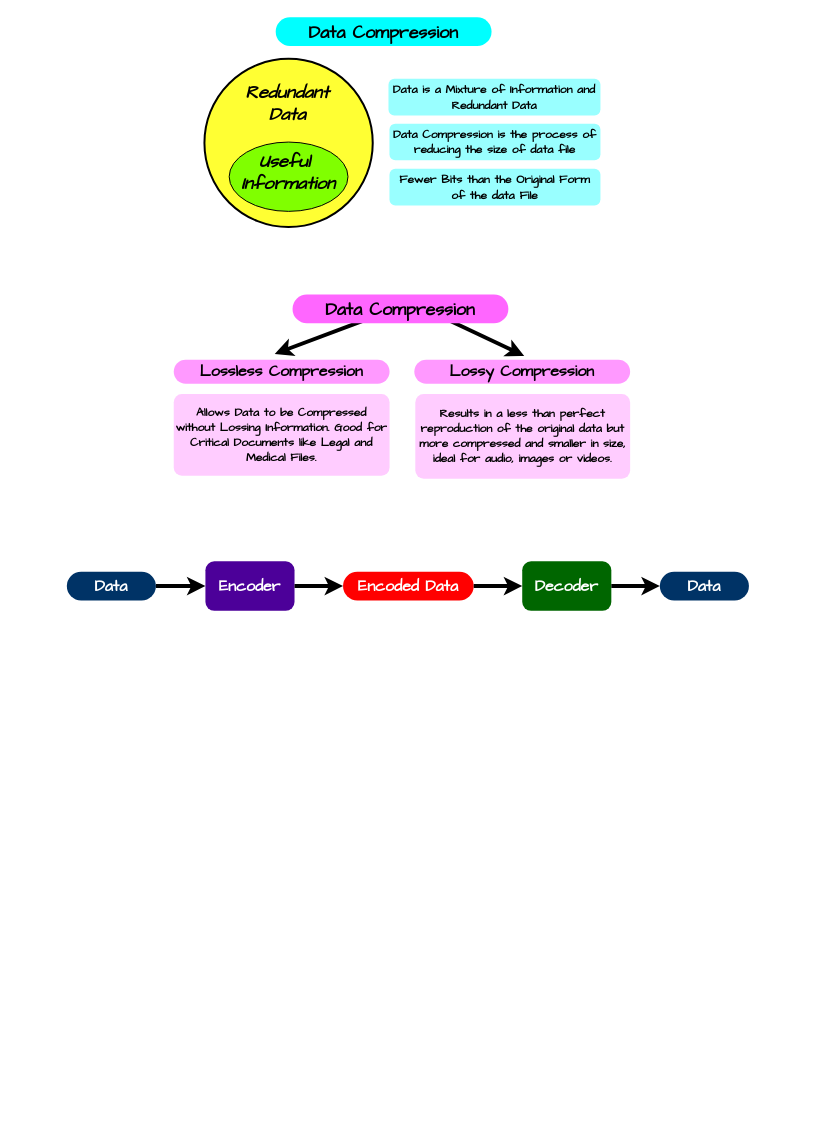
This is Computer Science/Foundations of Computing/Module 06 Statistics and Data Encoding/resources/Drawings.drawio from ByteToBits/CompScience, a draw.io file, before an edit. Source tidied: cells renumbered, new cells numbered last; positions are measured from the earlier drawing's top-left corner, leaving out a move shared by most shapes. Both pictures are drawn from the tidied source at 99%, with x=0, y=0 at pixel (17, 17).
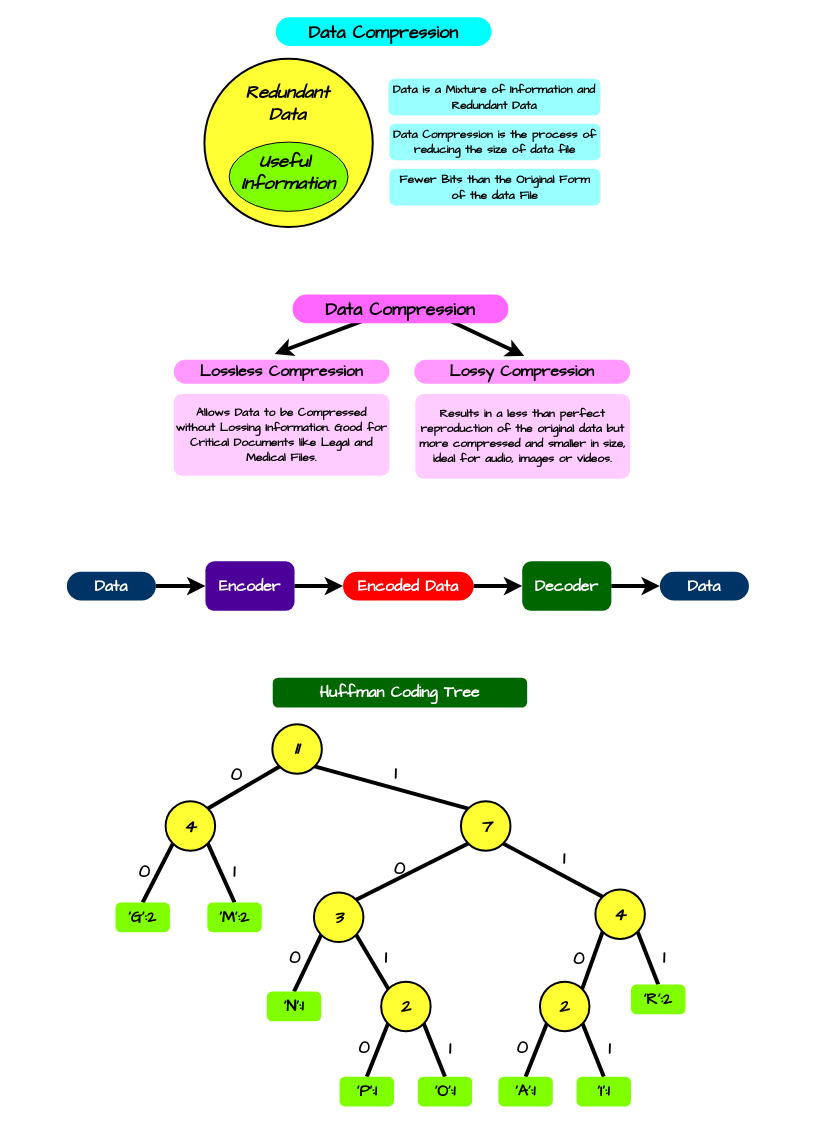
The same diagram, later.

Commit message (it also covers changes not shown here):
Module 6: Huffman Coding Notes Added

What changed in the source:
```diff
@@
+    <mxCell id="32" style="ellipse;whiteSpace=wrap;html=1;fillStyle=auto;gradientColor=none;fillColor=#FFFF33;shadow=0;strokeWidth=2;fontColor=#000000;strokeColor=#000000;" parent="1" vertex="1">
+      <mxGeometry x="257.6" y="714" width="50" height="50" as="geometry" />
+    </mxCell>
+    <mxCell id="33" value="&lt;div style=&quot;&quot;&gt;&lt;font face=&quot;Comic Sans MS&quot;&gt;&lt;span style=&quot;font-size: 18px; text-wrap: nowrap;&quot;&gt;&lt;b&gt;&lt;i&gt;11&lt;/i&gt;&lt;/b&gt;&lt;/span&gt;&lt;/font&gt;&lt;/div&gt;" style="rounded=1;whiteSpace=wrap;html=1;fillColor=none;strokeColor=none;arcSize=10;fontColor=#000000;align=center;" parent="1" vertex="1">
+      <mxGeometry x="258" y="731.1" width="49.2" height="15.9" as="geometry" />
+    </mxCell>
+    <mxCell id="34" style="ellipse;whiteSpace=wrap;html=1;fillStyle=auto;gradientColor=none;fillColor=#FFFF33;shadow=0;strokeWidth=2;fontColor=#000000;strokeColor=#000000;" parent="1" vertex="1">
+      <mxGeometry x="367.5" y="974.1" width="50" height="50" as="geometry" />
+    </mxCell>
+    <mxCell id="35" value="&lt;div style=&quot;&quot;&gt;&lt;font face=&quot;Comic Sans MS&quot;&gt;&lt;span style=&quot;font-size: 18px; text-wrap: nowrap;&quot;&gt;&lt;b&gt;&lt;i&gt;2&lt;/i&gt;&lt;/b&gt;&lt;/span&gt;&lt;/font&gt;&lt;/div&gt;" style="rounded=1;whiteSpace=wrap;html=1;fillColor=none;strokeColor=none;arcSize=10;fontColor=#000000;align=center;" parent="1" vertex="1">
+      <mxGeometry x="367.9" y="991.1" width="49.2" height="15.9" as="geometry" />
+    </mxCell>
+    <mxCell id="36" style="ellipse;whiteSpace=wrap;html=1;fillStyle=auto;gradientColor=none;fillColor=#FFFF33;shadow=0;strokeWidth=2;fontColor=#000000;strokeColor=#000000;" parent="1" vertex="1">
+      <mxGeometry x="299.6" y="884.1" width="50" height="50" as="geometry" />
+    </mxCell>
+    <mxCell id="37" value="&lt;div style=&quot;&quot;&gt;&lt;font face=&quot;Comic Sans MS&quot;&gt;&lt;span style=&quot;font-size: 18px; text-wrap: nowrap;&quot;&gt;&lt;b&gt;&lt;i&gt;3&lt;/i&gt;&lt;/b&gt;&lt;/span&gt;&lt;/font&gt;&lt;/div&gt;" style="rounded=1;whiteSpace=wrap;html=1;fillColor=none;strokeColor=none;arcSize=10;fontColor=#000000;align=center;" parent="1" vertex="1">
+      <mxGeometry x="300" y="901.1" width="49.2" height="15.9" as="geometry" />
+    </mxCell>
+    <mxCell id="38" style="endArrow=none;html=1;rounded=0;strokeWidth=4;strokeColor=#000000;exitX=0;exitY=1;exitDx=0;exitDy=0;entryX=1;entryY=0;entryDx=0;entryDy=0;endFill=0;" parent="1" edge="1" source="80" target="36">
+      <mxGeometry relative="1" as="geometry" />
+    </mxCell>
+    <mxCell id="39" value="&lt;font color=&quot;#000000&quot; face=&quot;Comic Sans MS&quot;&gt;&lt;span style=&quot;font-size: 18px;&quot;&gt;&lt;b&gt;0&lt;/b&gt;&lt;/span&gt;&lt;/font&gt;" style="edgeLabel;html=1;align=center;verticalAlign=middle;labelBackgroundColor=none;" parent="38" vertex="1">
+      <mxGeometry x="0.03" y="-3" relative="1" as="geometry">
+        <mxPoint x="-10" y="-2" as="offset" />
+      </mxGeometry>
+    </mxCell>
+    <mxCell id="40" style="endArrow=none;html=1;rounded=0;strokeWidth=4;strokeColor=#000000;exitX=0;exitY=1;exitDx=0;exitDy=0;entryX=0.5;entryY=0;entryDx=0;entryDy=0;endFill=0;" parent="1" edge="1" source="36" target="44">
+      <mxGeometry relative="1" as="geometry" />
+    </mxCell>
+    <mxCell id="41" value="&lt;font color=&quot;#000000&quot; face=&quot;Comic Sans MS&quot;&gt;&lt;span style=&quot;font-size: 18px;&quot;&gt;&lt;b&gt;0&lt;/b&gt;&lt;/span&gt;&lt;/font&gt;" style="edgeLabel;html=1;align=center;verticalAlign=middle;labelBackgroundColor=none;" parent="40" vertex="1">
+      <mxGeometry x="-0.04" y="-2" relative="1" as="geometry">
+        <mxPoint x="-12" y="-4" as="offset" />
+      </mxGeometry>
+    </mxCell>
+    <mxCell id="42" style="endArrow=none;html=1;rounded=0;strokeWidth=4;strokeColor=#000000;exitX=1;exitY=1;exitDx=0;exitDy=0;entryX=0;entryY=0;entryDx=0;entryDy=0;endFill=0;" parent="1" edge="1" source="36" target="34">
+      <mxGeometry relative="1" as="geometry" />
+    </mxCell>
+    <mxCell id="43" value="&lt;b style=&quot;color: rgb(0, 0, 0); font-family: &amp;quot;Comic Sans MS&amp;quot;; font-size: 18px;&quot;&gt;1&lt;/b&gt;" style="edgeLabel;html=1;align=center;verticalAlign=middle;labelBackgroundColor=none;" parent="42" vertex="1">
+      <mxGeometry x="0.07" y="2" relative="1" as="geometry">
+        <mxPoint x="10" y="-5" as="offset" />
+      </mxGeometry>
+    </mxCell>
+    <mxCell id="44" value="&lt;font face=&quot;Comic Sans MS&quot; style=&quot;font-size: 16px;&quot;&gt;&lt;b style=&quot;&quot;&gt;'N':1&lt;/b&gt;&lt;/font&gt;" style="rounded=1;whiteSpace=wrap;html=1;fillColor=#80FF00;strokeColor=none;fontColor=#000000;arcSize=18;" parent="1" vertex="1">
+      <mxGeometry x="252" y="984.1" width="55" height="30" as="geometry" />
+    </mxCell>
+    <mxCell id="45" style="endArrow=none;html=1;rounded=0;strokeWidth=4;strokeColor=#000000;exitX=0;exitY=1;exitDx=0;exitDy=0;entryX=0.5;entryY=0;entryDx=0;entryDy=0;endFill=0;" parent="1" edge="1" source="34" target="49">
+      <mxGeometry relative="1" as="geometry" />
+    </mxCell>
+    <mxCell id="46" value="&lt;font color=&quot;#000000&quot; face=&quot;Comic Sans MS&quot;&gt;&lt;span style=&quot;font-size: 18px;&quot;&gt;&lt;b&gt;0&lt;/b&gt;&lt;/span&gt;&lt;/font&gt;" style="edgeLabel;html=1;align=center;verticalAlign=middle;labelBackgroundColor=none;" parent="45" vertex="1">
+      <mxGeometry x="0.04" y="-1" relative="1" as="geometry">
+        <mxPoint x="-13" y="-3" as="offset" />
+      </mxGeometry>
+    </mxCell>
+    <mxCell id="47" style="endArrow=none;html=1;rounded=0;strokeWidth=4;strokeColor=#000000;exitX=1;exitY=1;exitDx=0;exitDy=0;entryX=0.5;entryY=0;entryDx=0;entryDy=0;endFill=0;" parent="1" edge="1" source="34" target="50">
+      <mxGeometry relative="1" as="geometry" />
+    </mxCell>
+    <mxCell id="48" value="&lt;b style=&quot;color: rgb(0, 0, 0); font-family: &amp;quot;Comic Sans MS&amp;quot;; font-size: 18px;&quot;&gt;1&lt;/b&gt;" style="edgeLabel;html=1;align=center;verticalAlign=middle;labelBackgroundColor=none;" parent="47" vertex="1">
+      <mxGeometry x="-0.05" y="-1" relative="1" as="geometry">
+        <mxPoint x="17" as="offset" />
+      </mxGeometry>
+    </mxCell>
+    <mxCell id="49" value="&lt;font face=&quot;Comic Sans MS&quot; style=&quot;font-size: 16px;&quot;&gt;&lt;b style=&quot;&quot;&gt;'P':1&lt;/b&gt;&lt;/font&gt;" style="rounded=1;whiteSpace=wrap;html=1;fillColor=#80FF00;strokeColor=none;fontColor=#000000;arcSize=18;" parent="1" vertex="1">
+      <mxGeometry x="325.5" y="1070.1" width="55" height="30" as="geometry" />
+    </mxCell>
+    <mxCell id="50" value="&lt;font face=&quot;Comic Sans MS&quot; style=&quot;font-size: 16px;&quot;&gt;&lt;b style=&quot;&quot;&gt;'O':1&lt;/b&gt;&lt;/font&gt;" style="rounded=1;whiteSpace=wrap;html=1;fillColor=#80FF00;strokeColor=none;fontColor=#000000;arcSize=18;" parent="1" vertex="1">
+      <mxGeometry x="404.5" y="1070.1" width="55" height="30" as="geometry" />
+    </mxCell>
+    <mxCell id="51" style="endArrow=none;html=1;rounded=0;strokeWidth=4;strokeColor=#000000;exitX=1;exitY=1;exitDx=0;exitDy=0;entryX=0;entryY=0;entryDx=0;entryDy=0;endFill=0;" parent="1" edge="1" source="32" target="80">
+      <mxGeometry relative="1" as="geometry" />
+    </mxCell>
+    <mxCell id="52" value="&lt;b style=&quot;color: rgb(0, 0, 0); font-family: &amp;quot;Comic Sans MS&amp;quot;; font-size: 18px;&quot;&gt;&lt;span&gt;1&lt;/span&gt;&lt;/b&gt;" style="edgeLabel;html=1;align=center;verticalAlign=middle;labelBackgroundColor=none;fontStyle=0;" parent="51" vertex="1">
+      <mxGeometry x="-0.14" y="2" relative="1" as="geometry">
+        <mxPoint x="14" y="-9" as="offset" />
+      </mxGeometry>
+    </mxCell>
+    <mxCell id="53" style="ellipse;whiteSpace=wrap;html=1;fillStyle=auto;gradientColor=none;fillColor=#FFFF33;shadow=0;strokeWidth=2;fontColor=#000000;strokeColor=#000000;" parent="1" vertex="1">
+      <mxGeometry x="149.8" y="791.9" width="50" height="50" as="geometry" />
+    </mxCell>
+    <mxCell id="54" value="&lt;div style=&quot;&quot;&gt;&lt;font face=&quot;Comic Sans MS&quot;&gt;&lt;span style=&quot;font-size: 18px; text-wrap: nowrap;&quot;&gt;&lt;b&gt;&lt;i&gt;4&lt;/i&gt;&lt;/b&gt;&lt;/span&gt;&lt;/font&gt;&lt;/div&gt;" style="rounded=1;whiteSpace=wrap;html=1;fillColor=none;strokeColor=none;arcSize=10;fontColor=#000000;align=center;" parent="1" vertex="1">
+      <mxGeometry x="150.3" y="809" width="49.2" height="15.9" as="geometry" />
+    </mxCell>
+    <mxCell id="55" style="endArrow=none;html=1;rounded=0;strokeWidth=4;strokeColor=#000000;exitX=1;exitY=1;exitDx=0;exitDy=0;entryX=0.5;entryY=0;entryDx=0;entryDy=0;endFill=0;" parent="1" edge="1" source="53" target="57">
+      <mxGeometry relative="1" as="geometry" />
+    </mxCell>
+    <mxCell id="56" value="&lt;b style=&quot;color: rgb(0, 0, 0); font-family: &amp;quot;Comic Sans MS&amp;quot;; font-size: 18px;&quot;&gt;1&lt;/b&gt;" style="edgeLabel;html=1;align=center;verticalAlign=middle;labelBackgroundColor=none;" parent="55" vertex="1">
+      <mxGeometry x="-0.04" y="1" relative="1" as="geometry">
+        <mxPoint x="12" as="offset" />
+      </mxGeometry>
+    </mxCell>
+    <mxCell id="57" value="&lt;font face=&quot;Comic Sans MS&quot; style=&quot;font-size: 16px;&quot;&gt;&lt;b style=&quot;&quot;&gt;'M':2&lt;/b&gt;&lt;/font&gt;" style="rounded=1;whiteSpace=wrap;html=1;fillColor=#80FF00;strokeColor=none;fontColor=#000000;arcSize=18;" parent="1" vertex="1">
+      <mxGeometry x="191.9" y="894.1" width="55" height="30" as="geometry" />
+    </mxCell>
+    <mxCell id="58" style="endArrow=none;html=1;rounded=0;strokeWidth=4;strokeColor=#000000;exitX=0;exitY=1;exitDx=0;exitDy=0;entryX=0.5;entryY=0;entryDx=0;entryDy=0;endFill=0;" parent="1" edge="1" source="53" target="60">
+      <mxGeometry relative="1" as="geometry" />
+    </mxCell>
+    <mxCell id="59" value="&lt;font color=&quot;#000000&quot; face=&quot;Comic Sans MS&quot;&gt;&lt;span style=&quot;font-size: 18px;&quot;&gt;&lt;b&gt;0&lt;/b&gt;&lt;/span&gt;&lt;/font&gt;" style="edgeLabel;html=1;align=center;verticalAlign=middle;labelBackgroundColor=none;" parent="58" vertex="1">
+      <mxGeometry x="0.04" y="-3" relative="1" as="geometry">
+        <mxPoint x="-11" y="-2" as="offset" />
+      </mxGeometry>
+    </mxCell>
+    <mxCell id="60" value="&lt;font face=&quot;Comic Sans MS&quot; style=&quot;font-size: 16px;&quot;&gt;&lt;b style=&quot;&quot;&gt;'G':2&lt;/b&gt;&lt;/font&gt;" style="rounded=1;whiteSpace=wrap;html=1;fillColor=#80FF00;strokeColor=none;fontColor=#000000;arcSize=18;" parent="1" vertex="1">
+      <mxGeometry x="99.1" y="894.1" width="55" height="30" as="geometry" />
+    </mxCell>
+    <mxCell id="61" style="endArrow=none;html=1;rounded=0;strokeWidth=4;strokeColor=#000000;exitX=0;exitY=1;exitDx=0;exitDy=0;entryX=1;entryY=0;entryDx=0;entryDy=0;endFill=0;" parent="1" edge="1" source="32" target="53">
+      <mxGeometry relative="1" as="geometry" />
+    </mxCell>
+    <mxCell id="62" value="&lt;font color=&quot;#000000&quot; face=&quot;Comic Sans MS&quot;&gt;&lt;span style=&quot;font-size: 18px;&quot;&gt;&lt;b&gt;0&lt;/b&gt;&lt;/span&gt;&lt;/font&gt;" style="edgeLabel;html=1;align=center;verticalAlign=middle;labelBackgroundColor=none;" parent="61" vertex="1">
+      <mxGeometry x="-0.05" y="-4" relative="1" as="geometry">
+        <mxPoint x="-8" y="-9" as="offset" />
+      </mxGeometry>
+    </mxCell>
+    <mxCell id="63" style="ellipse;whiteSpace=wrap;html=1;fillStyle=auto;gradientColor=none;fillColor=#FFFF33;shadow=0;strokeWidth=2;fontColor=#000000;strokeColor=#000000;" parent="1" vertex="1">
+      <mxGeometry x="583.9" y="881" width="50" height="50" as="geometry" />
+    </mxCell>
+    <mxCell id="64" value="&lt;div style=&quot;&quot;&gt;&lt;font face=&quot;Comic Sans MS&quot;&gt;&lt;span style=&quot;font-size: 18px; text-wrap: nowrap;&quot;&gt;&lt;b&gt;&lt;i&gt;4&lt;/i&gt;&lt;/b&gt;&lt;/span&gt;&lt;/font&gt;&lt;/div&gt;" style="rounded=1;whiteSpace=wrap;html=1;fillColor=none;strokeColor=none;arcSize=10;fontColor=#000000;align=center;" parent="1" vertex="1">
+      <mxGeometry x="584.4" y="898" width="49.2" height="15.9" as="geometry" />
+    </mxCell>
+    <mxCell id="65" style="endArrow=none;html=1;rounded=0;strokeWidth=4;strokeColor=#000000;exitX=0;exitY=1;exitDx=0;exitDy=0;entryX=1;entryY=0;entryDx=0;entryDy=0;endFill=0;" parent="1" edge="1" source="63" target="70">
+      <mxGeometry relative="1" as="geometry" />
+    </mxCell>
+    <mxCell id="66" value="&lt;font color=&quot;#000000&quot; face=&quot;Comic Sans MS&quot;&gt;&lt;span style=&quot;font-size: 18px;&quot;&gt;&lt;b&gt;0&lt;/b&gt;&lt;/span&gt;&lt;/font&gt;" style="edgeLabel;html=1;align=center;verticalAlign=middle;labelBackgroundColor=none;" parent="65" vertex="1">
+      <mxGeometry x="0.04" y="-1" relative="1" as="geometry">
+        <mxPoint x="-13" y="-3" as="offset" />
+      </mxGeometry>
+    </mxCell>
+    <mxCell id="67" style="endArrow=none;html=1;rounded=0;strokeWidth=4;strokeColor=#000000;exitX=1;exitY=1;exitDx=0;exitDy=0;entryX=0.5;entryY=0;entryDx=0;entryDy=0;endFill=0;" parent="1" edge="1" source="63" target="69">
+      <mxGeometry relative="1" as="geometry" />
+    </mxCell>
+    <mxCell id="68" value="&lt;b style=&quot;color: rgb(0, 0, 0); font-family: &amp;quot;Comic Sans MS&amp;quot;; font-size: 18px;&quot;&gt;1&lt;/b&gt;" style="edgeLabel;html=1;align=center;verticalAlign=middle;labelBackgroundColor=none;" parent="67" vertex="1">
+      <mxGeometry x="-0.05" y="-1" relative="1" as="geometry">
+        <mxPoint x="17" as="offset" />
+      </mxGeometry>
+    </mxCell>
+    <mxCell id="69" value="&lt;font face=&quot;Comic Sans MS&quot; style=&quot;font-size: 16px;&quot;&gt;&lt;b style=&quot;&quot;&gt;'R':2&lt;/b&gt;&lt;/font&gt;" style="rounded=1;whiteSpace=wrap;html=1;fillColor=#80FF00;strokeColor=none;fontColor=#000000;arcSize=18;" parent="1" vertex="1">
+      <mxGeometry x="619.9" y="977" width="55" height="30" as="geometry" />
+    </mxCell>
+    <mxCell id="70" style="ellipse;whiteSpace=wrap;html=1;fillStyle=auto;gradientColor=none;fillColor=#FFFF33;shadow=0;strokeWidth=2;fontColor=#000000;strokeColor=#000000;" parent="1" vertex="1">
+      <mxGeometry x="527.9" y="974.1" width="50" height="50" as="geometry" />
+    </mxCell>
+    <mxCell id="71" value="&lt;div style=&quot;&quot;&gt;&lt;font face=&quot;Comic Sans MS&quot;&gt;&lt;span style=&quot;font-size: 18px; text-wrap: nowrap;&quot;&gt;&lt;b&gt;&lt;i&gt;2&lt;/i&gt;&lt;/b&gt;&lt;/span&gt;&lt;/font&gt;&lt;/div&gt;" style="rounded=1;whiteSpace=wrap;html=1;fillColor=none;strokeColor=none;arcSize=10;fontColor=#000000;align=center;" parent="1" vertex="1">
+      <mxGeometry x="528.4" y="991.1" width="49.2" height="15.9" as="geometry" />
+    </mxCell>
+    <mxCell id="72" style="endArrow=none;html=1;rounded=0;strokeWidth=4;strokeColor=#000000;exitX=0;exitY=1;exitDx=0;exitDy=0;entryX=0.5;entryY=0;entryDx=0;entryDy=0;endFill=0;" parent="1" edge="1" source="70" target="76">
+      <mxGeometry relative="1" as="geometry" />
+    </mxCell>
+    <mxCell id="73" value="&lt;font color=&quot;#000000&quot; face=&quot;Comic Sans MS&quot;&gt;&lt;span style=&quot;font-size: 18px;&quot;&gt;&lt;b&gt;0&lt;/b&gt;&lt;/span&gt;&lt;/font&gt;" style="edgeLabel;html=1;align=center;verticalAlign=middle;labelBackgroundColor=none;" parent="72" vertex="1">
+      <mxGeometry x="0.04" y="-1" relative="1" as="geometry">
+        <mxPoint x="-13" y="-3" as="offset" />
+      </mxGeometry>
+    </mxCell>
+    <mxCell id="74" style="endArrow=none;html=1;rounded=0;strokeWidth=4;strokeColor=#000000;exitX=1;exitY=1;exitDx=0;exitDy=0;entryX=0.5;entryY=0;entryDx=0;entryDy=0;endFill=0;" parent="1" edge="1" source="70" target="77">
+      <mxGeometry relative="1" as="geometry" />
+    </mxCell>
+    <mxCell id="75" value="&lt;b style=&quot;color: rgb(0, 0, 0); font-family: &amp;quot;Comic Sans MS&amp;quot;; font-size: 18px;&quot;&gt;1&lt;/b&gt;" style="edgeLabel;html=1;align=center;verticalAlign=middle;labelBackgroundColor=none;" parent="74" vertex="1">
+      <mxGeometry x="-0.05" y="-1" relative="1" as="geometry">
+        <mxPoint x="17" as="offset" />
+      </mxGeometry>
+    </mxCell>
+    <mxCell id="76" value="&lt;font face=&quot;Comic Sans MS&quot; style=&quot;font-size: 16px;&quot;&gt;&lt;b style=&quot;&quot;&gt;'A':1&lt;/b&gt;&lt;/font&gt;" style="rounded=1;whiteSpace=wrap;html=1;fillColor=#80FF00;strokeColor=none;fontColor=#000000;arcSize=18;" parent="1" vertex="1">
+      <mxGeometry x="485.9" y="1070.1" width="55" height="30" as="geometry" />
+    </mxCell>
+    <mxCell id="77" value="&lt;font face=&quot;Comic Sans MS&quot; style=&quot;font-size: 16px;&quot;&gt;&lt;b style=&quot;&quot;&gt;'I':1&lt;/b&gt;&lt;/font&gt;" style="rounded=1;whiteSpace=wrap;html=1;fillColor=#80FF00;strokeColor=none;fontColor=#000000;arcSize=18;" parent="1" vertex="1">
+      <mxGeometry x="564.9" y="1070.1" width="55" height="30" as="geometry" />
+    </mxCell>
+    <mxCell id="78" style="endArrow=none;html=1;rounded=0;strokeWidth=4;strokeColor=#000000;exitX=1;exitY=1;exitDx=0;exitDy=0;entryX=0;entryY=0;entryDx=0;entryDy=0;endFill=0;" parent="1" edge="1" source="80" target="63">
+      <mxGeometry relative="1" as="geometry" />
+    </mxCell>
+    <mxCell id="79" value="&lt;b style=&quot;color: rgb(0, 0, 0); font-family: &amp;quot;Comic Sans MS&amp;quot;; font-size: 18px;&quot;&gt;1&lt;/b&gt;" style="edgeLabel;html=1;align=center;verticalAlign=middle;labelBackgroundColor=none;" parent="78" vertex="1">
+      <mxGeometry x="-0.05" y="-1" relative="1" as="geometry">
+        <mxPoint x="14" y="-11" as="offset" />
+      </mxGeometry>
+    </mxCell>
+    <mxCell id="80" style="ellipse;whiteSpace=wrap;html=1;fillStyle=auto;gradientColor=none;fillColor=#FFFF33;shadow=0;strokeWidth=2;fontColor=#000000;strokeColor=#000000;" parent="1" vertex="1">
+      <mxGeometry x="448.1" y="791.9" width="50" height="50" as="geometry" />
+    </mxCell>
+    <mxCell id="81" value="&lt;div style=&quot;&quot;&gt;&lt;font face=&quot;Comic Sans MS&quot;&gt;&lt;span style=&quot;font-size: 18px; text-wrap: nowrap;&quot;&gt;&lt;b&gt;&lt;i&gt;7&lt;/i&gt;&lt;/b&gt;&lt;/span&gt;&lt;/font&gt;&lt;/div&gt;" style="rounded=1;whiteSpace=wrap;html=1;fillColor=none;strokeColor=none;arcSize=10;fontColor=#000000;align=center;" parent="1" vertex="1">
+      <mxGeometry x="448.5" y="809" width="49.2" height="15.9" as="geometry" />
+    </mxCell>
+    <mxCell id="82" style="rounded=1;whiteSpace=wrap;html=1;arcSize=18;strokeColor=none;fillColor=none;" parent="1" vertex="1">
+      <mxGeometry x="10" y="704.1" width="70" height="409.9" as="geometry" />
+    </mxCell>
+    <mxCell id="83" style="rounded=1;whiteSpace=wrap;html=1;arcSize=18;strokeColor=none;fillColor=none;" parent="1" vertex="1">
+      <mxGeometry x="720" y="704.1" width="70" height="409.9" as="geometry" />
+    </mxCell>
+    <mxCell id="84" style="rounded=1;whiteSpace=wrap;html=1;arcSize=18;strokeColor=none;fillColor=none;" parent="1" vertex="1">
+      <mxGeometry x="730" y="704.1" width="70" height="409.9" as="geometry" />
+    </mxCell>
+    <mxCell id="85" style="rounded=1;whiteSpace=wrap;html=1;arcSize=18;strokeColor=none;fillColor=none;" parent="1" vertex="1">
+      <mxGeometry x="20" y="704.1" width="70" height="409.9" as="geometry" />
+    </mxCell>
+    <mxCell id="86" value="&lt;font face=&quot;Comic Sans MS&quot;&gt;&lt;span style=&quot;font-size: 16px;&quot;&gt;&lt;b&gt;Huffman Coding Tree&lt;/b&gt;&lt;/span&gt;&lt;/font&gt;" style="rounded=1;whiteSpace=wrap;html=1;fillColor=#006600;strokeColor=none;fontColor=#FFFFFF;arcSize=18;" parent="1" vertex="1">
+      <mxGeometry x="258" y="667.1" width="257" height="30" as="geometry" />
+    </mxCell>
```
